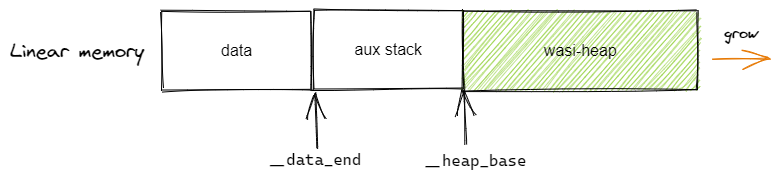
The Excalidraw diagram content/en/blog/understand_wamr_heap/linear_mem.excalidraw.png in bytecodealliance/wamr.dev, before a commit. Source tidied: one line per element, renumbered; positions are measured from the earlier drawing's top-left corner, leaving out a move shared by most shapes.
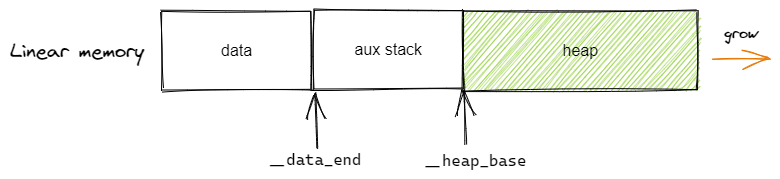
The same diagram one commit later.

What changed in the source:
```diff
@@ -3,7 +3,7 @@
 {"id": 2, "type": "rectangle", "strokeColor": "#000000", "strokeWidth": 1, "roughness": 1, "x": 303, "y": 0, "width": 150, "height": 79}
 {"id": 3, "type": "text", "text": "aux stack", "strokeColor": "#000000", "strokeWidth": 1, "roughness": 1, "fontSize": 16, "fontFamily": 2, "textAlign": "center", "verticalAlign": "middle", "inside": 2, "x": 343, "y": 30, "width": 70, "height": 19}
 {"id": 4, "type": "rectangle", "strokeColor": "#000000", "backgroundColor": "#82c91e", "fillStyle": "hachure", "strokeWidth": 1, "roughness": 1, "x": 453, "y": 1, "width": 235, "height": 79}
-{"id": 5, "type": "text", "text": "wasi-heap", "strokeColor": "#000000", "strokeWidth": 1, "roughness": 1, "fontSize": 16, "fontFamily": 2, "textAlign": "center", "verticalAlign": "middle", "inside": 4, "x": 533, "y": 31, "width": 75, "height": 19}
+{"id": 5, "type": "text", "text": "heap", "strokeColor": "#000000", "strokeWidth": 1, "roughness": 1, "fontSize": 16, "fontFamily": 2, "textAlign": "center", "verticalAlign": "middle", "inside": 4, "x": 551, "y": 31, "width": 38, "height": 19}
 {"id": 6, "type": "text", "text": "Linear memory", "strokeColor": "#000000", "strokeWidth": 1, "roughness": 1, "fontSize": 20, "fontFamily": 1, "x": 0, "y": 29, "width": 136, "height": 25}
 {"id": 7, "type": "arrow", "strokeColor": "#e67700", "strokeWidth": 1, "roughness": 1, "endArrowhead": "arrow", "from": 8, "to": 8, "x": 702, "y": 49, "width": 57, "height": 0, "points": [[0, 0], [57, 0]]}
 {"id": 8, "type": "text", "text": "grow", "strokeColor": "#000000", "strokeWidth": 1, "roughness": 1, "fontSize": 16, "fontFamily": 1, "x": 714, "y": 14, "width": 36, "height": 20}
```
